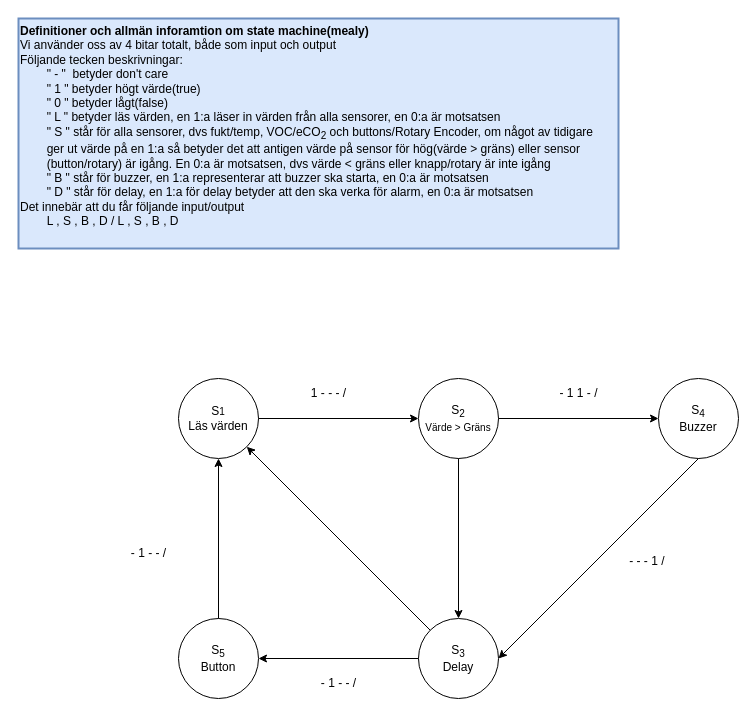
Above: lib/project/doc/Diagram/State/Digi projekt state.drawio in Anton-Johannesson/ComputerScience-Project (draw.io), before the change. Source tidied: cells renumbered, new cells numbered last; positions are measured from the earlier drawing's top-left corner, leaving out a move shared by most shapes. Both pictures are drawn from the tidied source at 100%, with x=0, y=0 at pixel (18, 18).
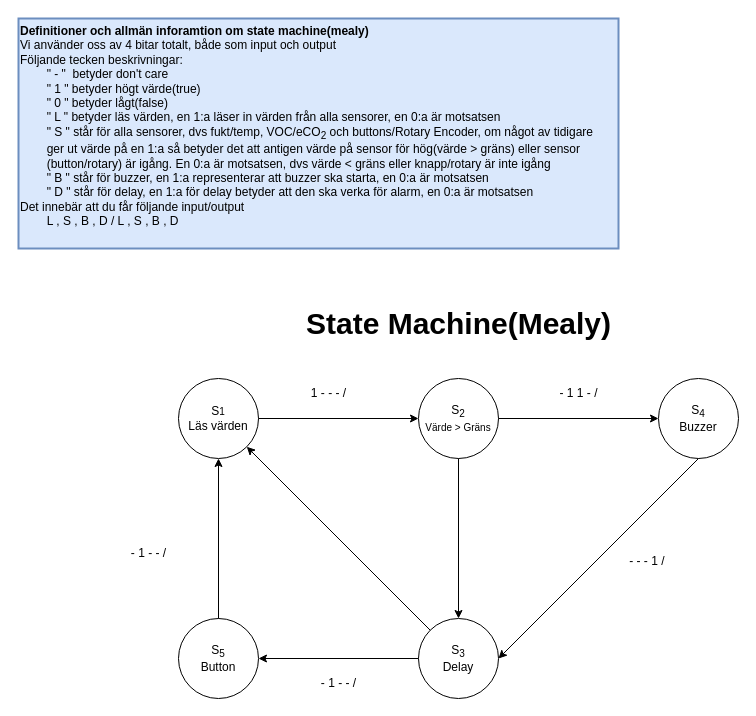
The same diagram, later.

The edit, as a diff of the source:
```diff
@@
+    <mxCell id="20" value="&lt;font style=&quot;font-size: 30px;&quot;&gt;&lt;b&gt;State Machine(Mealy)&lt;/b&gt;&lt;/font&gt;" style="text;html=1;align=center;verticalAlign=middle;strokeColor=none;fillColor=none;" parent="1" vertex="1">
+      <mxGeometry x="275" y="280" width="330" height="50" as="geometry" />
+    </mxCell>
```
